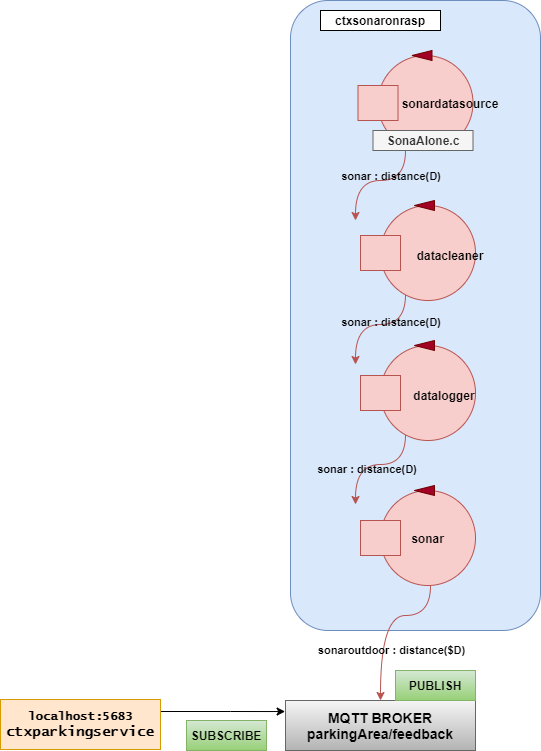
dbattaglia97/Iss_Project_2021 keeps this draw.io diagram as Iss-Project-Sprint4/Sprint4/userDocs/img/sonaronrasp.png. Above is the earlier version. Source tidied: cells renumbered, new cells last; positions are measured from the earlier drawing's top-left corner, leaving out a move shared by most shapes. Source of this version:
```xml
<mxGraphModel>
  <root>
    <mxCell id="0" />
    <mxCell id="1" parent="0" />
    <mxCell id="2" style="rounded=1;whiteSpace=wrap;html=1;fillColor=#dae8fc;strokeColor=#6c8ebf;" parent="1" vertex="1">
      <mxGeometry x="290" width="250" height="630" as="geometry" />
    </mxCell>
    <mxCell id="3" value="&lt;b&gt;ctxsonaronrasp&lt;/b&gt;" style="rounded=0;whiteSpace=wrap;html=1;" parent="1" vertex="1">
      <mxGeometry x="320" y="10" width="120" height="20" as="geometry" />
    </mxCell>
    <mxCell id="4" style="group;" parent="1" vertex="1">
      <mxGeometry x="360" y="485" width="115" height="100" as="geometry" />
    </mxCell>
    <mxCell id="5" value="&lt;b&gt;sonar&lt;/b&gt;" style="ellipse;whiteSpace=wrap;html=1;fillColor=#f8cecc;strokeColor=#b85450;" parent="4" vertex="1">
      <mxGeometry x="20" y="5" width="95" height="95" as="geometry" />
    </mxCell>
    <mxCell id="6" style="rounded=0;whiteSpace=wrap;html=1;fillColor=#f8cecc;strokeColor=#b85450;" parent="4" vertex="1">
      <mxGeometry y="35" width="40" height="35" as="geometry" />
    </mxCell>
    <mxCell id="7" style="triangle;whiteSpace=wrap;html=1;rotation=-180;fillColor=#a20025;strokeColor=#6F0000;fontColor=#ffffff;" parent="4" vertex="1">
      <mxGeometry x="54" width="20" height="10" as="geometry" />
    </mxCell>
    <mxCell id="8" style="group;" parent="1" vertex="1">
      <mxGeometry x="357.5" y="50" width="122.5" height="100" as="geometry" />
    </mxCell>
    <mxCell id="9" style="ellipse;whiteSpace=wrap;html=1;fillColor=#f8cecc;strokeColor=#b85450;" parent="8" vertex="1">
      <mxGeometry x="20" y="5" width="95" height="95" as="geometry" />
    </mxCell>
    <mxCell id="10" style="rounded=0;whiteSpace=wrap;html=1;fillColor=#f8cecc;strokeColor=#b85450;" parent="8" vertex="1">
      <mxGeometry y="35" width="40" height="35" as="geometry" />
    </mxCell>
    <mxCell id="11" style="triangle;whiteSpace=wrap;html=1;rotation=-180;fillColor=#a20025;strokeColor=#6F0000;fontColor=#ffffff;" parent="8" vertex="1">
      <mxGeometry x="54" width="20" height="10" as="geometry" />
    </mxCell>
    <mxCell id="12" value="&lt;b&gt;sonardatasource&lt;/b&gt;" style="text;html=1;strokeColor=none;fillColor=none;align=center;verticalAlign=middle;whiteSpace=wrap;rounded=0;" parent="8" vertex="1">
      <mxGeometry x="62.5" y="37.5" width="60" height="30" as="geometry" />
    </mxCell>
    <mxCell id="13" value="&lt;b&gt;SonaAlone.c&lt;/b&gt;" style="rounded=0;whiteSpace=wrap;html=1;fillColor=#f5f5f5;strokeColor=#666666;fontColor=#333333;" parent="8" vertex="1">
      <mxGeometry x="15" y="80" width="100" height="20" as="geometry" />
    </mxCell>
    <mxCell id="14" style="group;" parent="1" vertex="1">
      <mxGeometry x="360" y="200" width="120" height="100" as="geometry" />
    </mxCell>
    <mxCell id="15" style="ellipse;whiteSpace=wrap;html=1;fillColor=#f8cecc;strokeColor=#b85450;" parent="14" vertex="1">
      <mxGeometry x="20" y="5" width="95" height="95" as="geometry" />
    </mxCell>
    <mxCell id="16" style="rounded=0;whiteSpace=wrap;html=1;fillColor=#f8cecc;strokeColor=#b85450;" parent="14" vertex="1">
      <mxGeometry y="35" width="40" height="35" as="geometry" />
    </mxCell>
    <mxCell id="17" style="triangle;whiteSpace=wrap;html=1;rotation=-180;fillColor=#a20025;strokeColor=#6F0000;fontColor=#ffffff;" parent="14" vertex="1">
      <mxGeometry x="54" width="20" height="10" as="geometry" />
    </mxCell>
    <mxCell id="18" value="&lt;b&gt;datacleaner&lt;/b&gt;" style="text;html=1;strokeColor=none;fillColor=none;align=center;verticalAlign=middle;whiteSpace=wrap;rounded=0;" parent="14" vertex="1">
      <mxGeometry x="60" y="40" width="60" height="30" as="geometry" />
    </mxCell>
    <mxCell id="19" style="group;" parent="1" vertex="1">
      <mxGeometry x="360" y="340" width="120" height="100" as="geometry" />
    </mxCell>
    <mxCell id="20" style="ellipse;whiteSpace=wrap;html=1;fillColor=#f8cecc;strokeColor=#b85450;" parent="19" vertex="1">
      <mxGeometry x="20" y="5" width="95" height="95" as="geometry" />
    </mxCell>
    <mxCell id="21" style="rounded=0;whiteSpace=wrap;html=1;fillColor=#f8cecc;strokeColor=#b85450;" parent="19" vertex="1">
      <mxGeometry y="35" width="40" height="35" as="geometry" />
    </mxCell>
    <mxCell id="22" style="triangle;whiteSpace=wrap;html=1;rotation=-180;fillColor=#a20025;strokeColor=#6F0000;fontColor=#ffffff;" parent="19" vertex="1">
      <mxGeometry x="54" width="20" height="10" as="geometry" />
    </mxCell>
    <mxCell id="23" value="&lt;b&gt;datalogger&lt;/b&gt;" style="text;html=1;strokeColor=none;fillColor=none;align=center;verticalAlign=middle;whiteSpace=wrap;rounded=0;" parent="19" vertex="1">
      <mxGeometry x="54" y="40" width="60" height="30" as="geometry" />
    </mxCell>
    <mxCell id="24" style="curved=1;endArrow=classic;html=1;rounded=0;edgeStyle=orthogonalEdgeStyle;fillColor=#f8cecc;strokeColor=#b85450;" parent="1" edge="1">
      <mxGeometry relative="1" as="geometry">
        <mxPoint x="405" y="150" as="sourcePoint" />
        <mxPoint x="355" y="220" as="targetPoint" />
        <Array as="points">
          <mxPoint x="405" y="180" />
          <mxPoint x="355" y="180" />
        </Array>
      </mxGeometry>
    </mxCell>
    <mxCell id="25" value="sonar : distance(D)&amp;nbsp;" style="edgeLabel;html=1;align=center;verticalAlign=middle;labelBackgroundColor=none;fontStyle=1;" parent="24" vertex="1">
      <mxGeometry x="-0.25" y="-5" relative="1" as="geometry" />
    </mxCell>
    <mxCell id="26" style="curved=1;endArrow=classic;html=1;rounded=0;edgeStyle=orthogonalEdgeStyle;fillColor=#f8cecc;strokeColor=#b85450;" parent="1" edge="1">
      <mxGeometry relative="1" as="geometry">
        <mxPoint x="405" y="294" as="sourcePoint" />
        <mxPoint x="355" y="364" as="targetPoint" />
        <Array as="points">
          <mxPoint x="405" y="324" />
          <mxPoint x="355" y="324" />
        </Array>
      </mxGeometry>
    </mxCell>
    <mxCell id="27" value="&lt;span style=&quot;font-weight: 700;&quot;&gt;sonar : distance(D)&amp;nbsp;&lt;/span&gt;" style="edgeLabel;html=1;align=center;verticalAlign=middle;labelBackgroundColor=none;" parent="26" vertex="1">
      <mxGeometry x="-0.27" y="-3" relative="1" as="geometry" />
    </mxCell>
    <mxCell id="28" style="curved=1;endArrow=classic;html=1;rounded=0;edgeStyle=orthogonalEdgeStyle;fillColor=#f8cecc;strokeColor=#b85450;" parent="1" edge="1">
      <mxGeometry relative="1" as="geometry">
        <mxPoint x="405" y="434" as="sourcePoint" />
        <mxPoint x="355" y="504" as="targetPoint" />
        <Array as="points">
          <mxPoint x="405" y="464" />
          <mxPoint x="355" y="464" />
        </Array>
      </mxGeometry>
    </mxCell>
    <mxCell id="29" value="&lt;span style=&quot;font-weight: 700;&quot;&gt;sonar : distance(D)&amp;nbsp;&lt;/span&gt;" style="edgeLabel;html=1;align=center;verticalAlign=middle;labelBackgroundColor=none;" parent="28" vertex="1">
      <mxGeometry x="0.13" y="4" relative="1" as="geometry" />
    </mxCell>
    <mxCell id="30" style="curved=1;endArrow=classic;html=1;rounded=0;edgeStyle=orthogonalEdgeStyle;fillColor=#f8cecc;strokeColor=#b85450;entryX=0.5;entryY=0;entryDx=0;entryDy=0;" parent="1" edge="1" target="32">
      <mxGeometry relative="1" as="geometry">
        <mxPoint x="430" y="585" as="sourcePoint" />
        <Array as="points">
          <mxPoint x="430" y="615" />
          <mxPoint x="380" y="615" />
        </Array>
      </mxGeometry>
    </mxCell>
    <mxCell id="31" value="&lt;b&gt;sonaroutdoor : distance($D)&lt;/b&gt;" style="edgeLabel;html=1;align=center;verticalAlign=middle;labelBackgroundColor=none;" parent="30" vertex="1">
      <mxGeometry x="0.27" y="7" relative="1" as="geometry">
        <mxPoint x="3" y="10" as="offset" />
      </mxGeometry>
    </mxCell>
    <mxCell id="32" value="&lt;b style=&quot;font-size: 14px&quot;&gt;MQTT BROKER&lt;br&gt;parkingArea/feedback&lt;/b&gt;" style="rounded=0;whiteSpace=wrap;html=1;labelBackgroundColor=none;fillColor=#f5f5f5;strokeColor=#666666;gradientColor=#b3b3b3;" parent="1" vertex="1">
      <mxGeometry x="285" y="700" width="190" height="50" as="geometry" />
    </mxCell>
    <mxCell id="33" value="&lt;b&gt;PUBLISH&lt;/b&gt;" style="rounded=0;whiteSpace=wrap;html=1;labelBackgroundColor=none;gradientColor=#97d077;fillColor=#d5e8d4;strokeColor=#82b366;" parent="1" vertex="1">
      <mxGeometry x="395" y="670" width="80" height="30" as="geometry" />
    </mxCell>
    <mxCell id="34" style="edgeStyle=orthogonalEdgeStyle;rounded=0;jettySize=auto;html=1;entryX=-0.002;entryY=0.221;entryDx=0;entryDy=0;entryPerimeter=0;" parent="1" edge="1" source="35" target="32">
      <mxGeometry relative="1" as="geometry">
        <Array as="points">
          <mxPoint x="230" y="711" />
          <mxPoint x="230" y="711" />
        </Array>
      </mxGeometry>
    </mxCell>
    <mxCell id="35" value="&lt;font face=&quot;Lucida Console&quot;&gt;&lt;b&gt;localhost:5683&lt;br&gt;&lt;font style=&quot;font-size: 14px&quot;&gt;ctxparkingservice&lt;/font&gt;&lt;/b&gt;&lt;/font&gt;" style="text;html=1;strokeColor=#d79b00;fillColor=#ffe6cc;align=center;verticalAlign=middle;whiteSpace=wrap;rounded=0;labelBackgroundColor=none;" parent="1" vertex="1">
      <mxGeometry y="699" width="160" height="50" as="geometry" />
    </mxCell>
    <mxCell id="36" value="&lt;b&gt;SUBSCRIBE&lt;/b&gt;" style="rounded=0;whiteSpace=wrap;html=1;labelBackgroundColor=none;gradientColor=#97d077;fillColor=#d5e8d4;strokeColor=#82b366;" parent="1" vertex="1">
      <mxGeometry x="186" y="720" width="80" height="30" as="geometry" />
    </mxCell>
  </root>
</mxGraphModel>
```
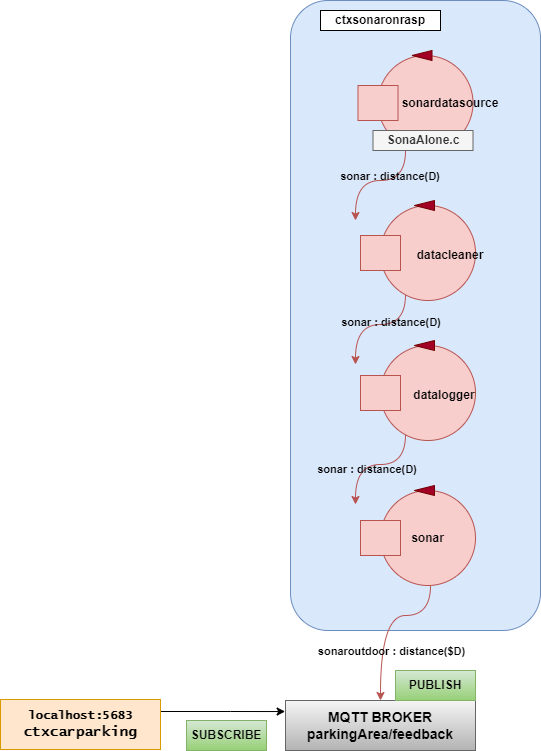
Above is the later version.

What changed in the source:
```diff
@@ -135,7 +135,7 @@
         </Array>
       </mxGeometry>
     </mxCell>
-    <mxCell id="35" value="&lt;font face=&quot;Lucida Console&quot;&gt;&lt;b&gt;localhost:5683&lt;br&gt;&lt;font style=&quot;font-size: 14px&quot;&gt;ctxparkingservice&lt;/font&gt;&lt;/b&gt;&lt;/font&gt;" style="text;html=1;strokeColor=#d79b00;fillColor=#ffe6cc;align=center;verticalAlign=middle;whiteSpace=wrap;rounded=0;labelBackgroundColor=none;" parent="1" vertex="1">
+    <mxCell id="35" value="&lt;font face=&quot;Lucida Console&quot;&gt;&lt;b&gt;localhost:5683&lt;br&gt;&lt;font style=&quot;font-size: 14px&quot;&gt;ctxcarparking&lt;/font&gt;&lt;/b&gt;&lt;/font&gt;" style="text;html=1;strokeColor=#d79b00;fillColor=#ffe6cc;align=center;verticalAlign=middle;whiteSpace=wrap;rounded=0;labelBackgroundColor=none;" parent="1" vertex="1">
       <mxGeometry y="699" width="160" height="50" as="geometry" />
     </mxCell>
     <mxCell id="36" value="&lt;b&gt;SUBSCRIBE&lt;/b&gt;" style="rounded=0;whiteSpace=wrap;html=1;labelBackgroundColor=none;gradientColor=#97d077;fillColor=#d5e8d4;strokeColor=#82b366;" parent="1" vertex="1">
```
